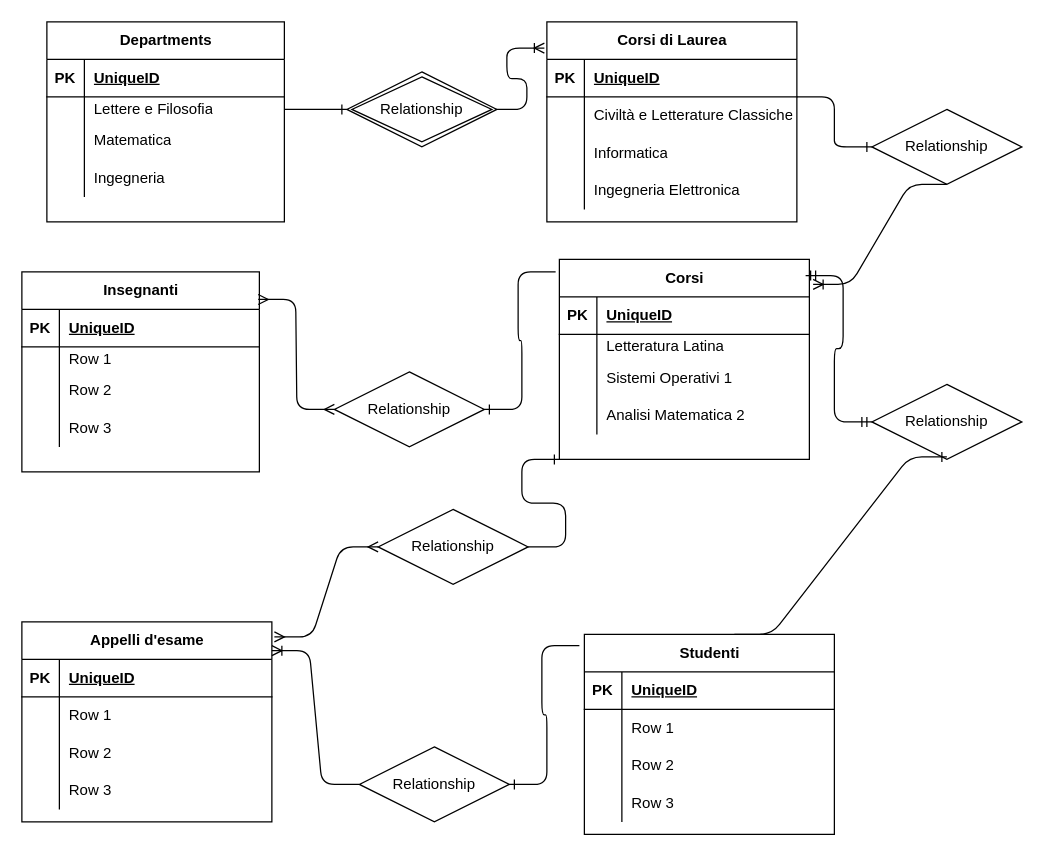
Above: university.drawio in alessandrofalcoo/db-university (draw.io), before the change. Source tidied: cells renumbered, new cells numbered last; positions are measured from the earlier drawing's top-left corner, leaving out a move shared by most shapes. Both pictures are drawn from the tidied source at 125%, with x=0, y=0 at pixel (21, 21).
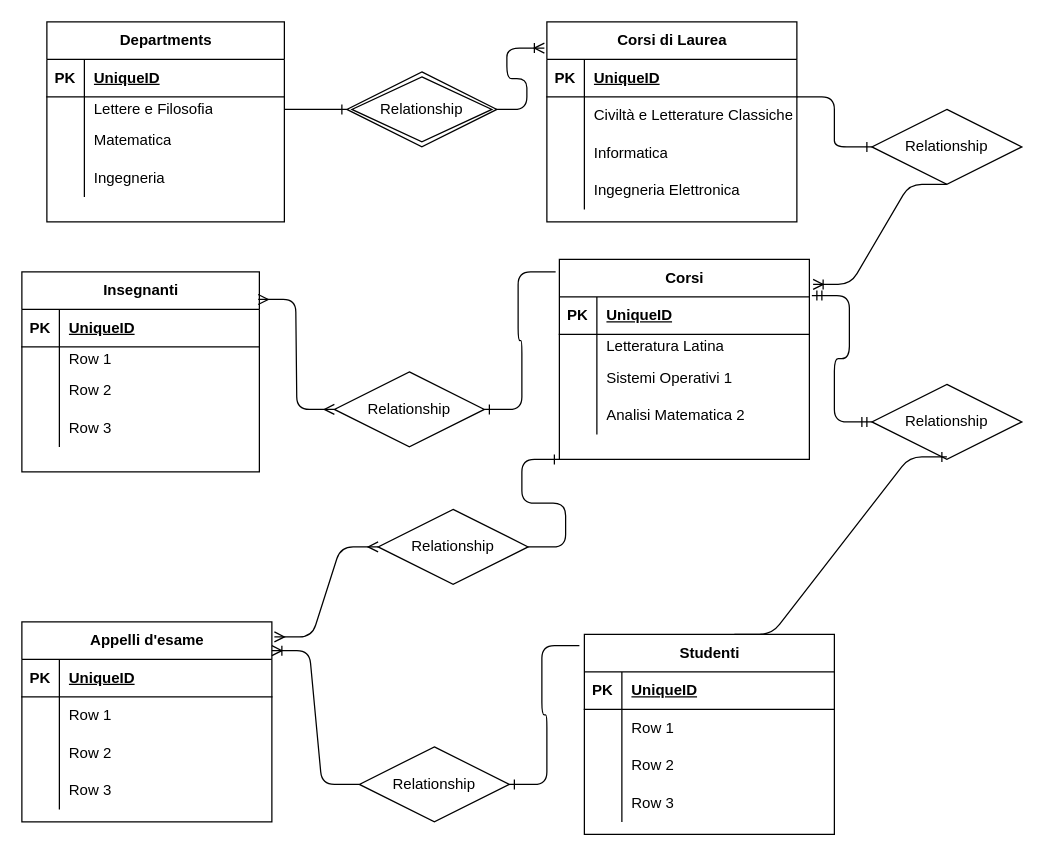
Above is the later version.

Commit message (it also covers changes not shown here):
Update university.drawio layout and adjust entity relationship styles; enhance university.md with additional details and new university.png file

The change refers to these unchanged cells:
```xml
<mxCell id="28" value="Corsi" style="shape=table;startSize=30;childLayout=tableLayout;rowLines=0;fontStyle=1;align=center;html=1;" parent="1" vertex="1">
  <mxGeometry x="430" y="190" width="200" height="160" as="geometry" />
</mxCell>
<mxCell id="92" value="Relationship" style="shape=rhombus;perimeter=rhombusPerimeter;whiteSpace=wrap;html=1;align=center;" parent="1" vertex="1">
  <mxGeometry x="680" y="290" width="120" height="60" as="geometry" />
</mxCell>
```

What changed in the source:
```diff
@@
-    <mxCell id="94" style="edgeStyle=entityRelationEdgeStyle;fontSize=12;html=1;endArrow=ERmandOne;startArrow=ERmandOne;entryX=0;entryY=0.5;entryDx=0;entryDy=0;exitX=0.985;exitY=0.081;exitDx=0;exitDy=0;exitPerimeter=0;" parent="1" edge="1" source="28" target="92">
+    <mxCell id="94" style="edgeStyle=entityRelationEdgeStyle;fontSize=12;html=1;endArrow=ERmandOne;startArrow=ERmandOne;entryX=0;entryY=0.5;entryDx=0;entryDy=0;exitX=1.01;exitY=0.181;exitDx=0;exitDy=0;exitPerimeter=0;" parent="1" edge="1" source="28" target="92">
       <mxGeometry relative="1" as="geometry" />
     </mxCell>
```
